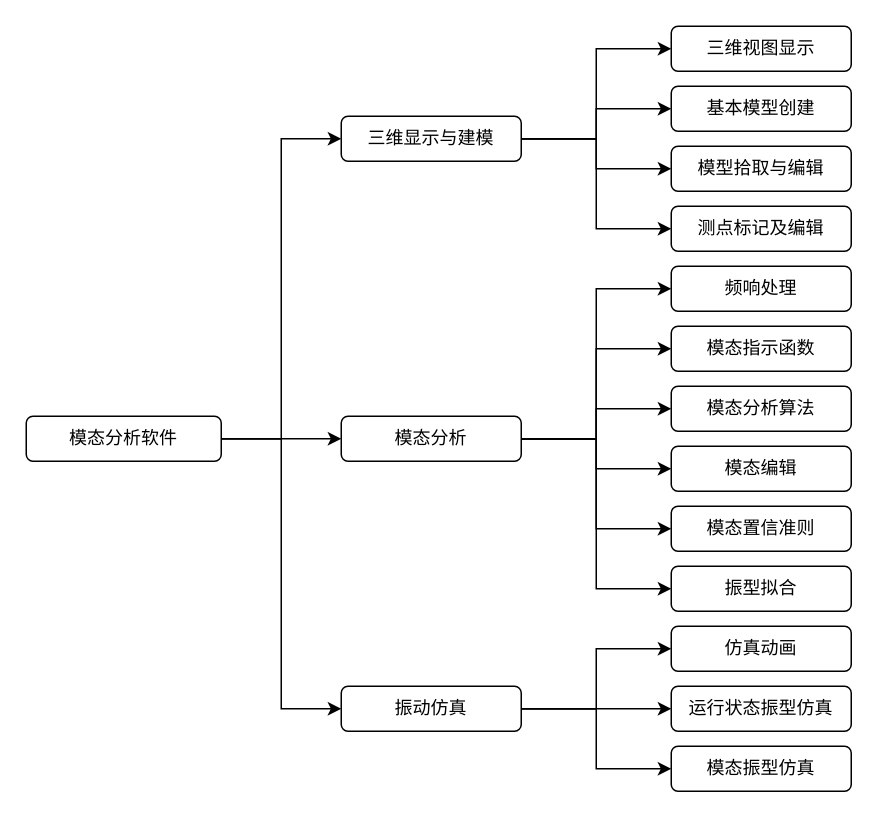
Before: graphs/modal-analysis.drawio in zhugy08/drawio, a draw.io diagram. Source tidied: cells renumbered, new cells numbered last; positions are measured from the earlier drawing's top-left corner, leaving out a move shared by most shapes. Both pictures are drawn from the tidied source at 150%, with x=0, y=0 at pixel (26, 26).
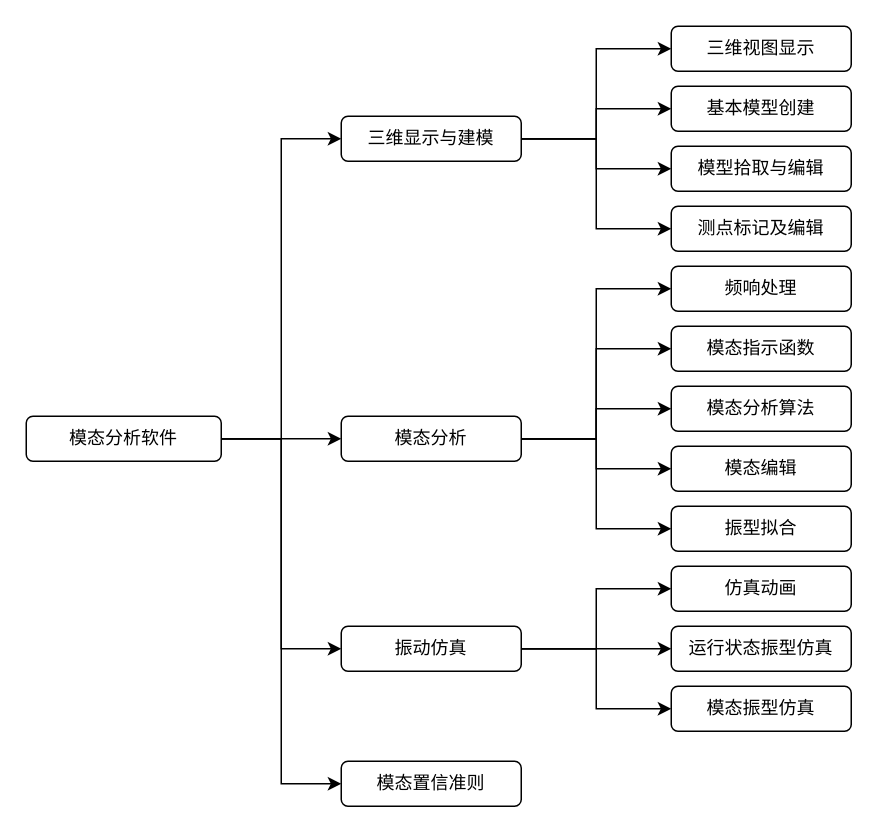
The same page after the edit.

The change refers to these unchanged cells:
```xml
<mxCell id="5" value="模态分析软件" style="rounded=1;whiteSpace=wrap;html=1;fontSize=12;" parent="1" vertex="1">
  <mxGeometry y="260" width="130" height="30" as="geometry" />
</mxCell>
<mxCell id="17" value="模态分析" style="rounded=1;whiteSpace=wrap;html=1;fontSize=12;" parent="1" vertex="1">
  <mxGeometry x="210" y="260" width="120" height="30" as="geometry" />
</mxCell>
```

What changed in the source:
```diff
@@
+    <mxCell id="35" style="edgeStyle=orthogonalEdgeStyle;rounded=0;jettySize=auto;html=1;entryX=0;entryY=0.5;entryDx=0;entryDy=0;fontSize=12;" parent="1" edge="1" source="5" target="28">
+      <mxGeometry relative="1" as="geometry" />
+    </mxCell>
@@
-    <mxCell id="15" style="edgeStyle=orthogonalEdgeStyle;rounded=0;jettySize=auto;html=1;entryX=0;entryY=0.5;entryDx=0;entryDy=0;fontSize=12;" parent="1" edge="1" source="17" target="28">
-      <mxGeometry relative="1" as="geometry" />
-    </mxCell>
@@
     <mxCell id="21" value="振动仿真" style="rounded=1;whiteSpace=wrap;html=1;fontSize=12;" parent="1" vertex="1">
-      <mxGeometry x="210" y="440" width="120" height="30" as="geometry" />
+      <mxGeometry x="210" y="400" width="120" height="30" as="geometry" />
     </mxCell>
@@
     <mxCell id="28" value="模态置信准则" style="rounded=1;whiteSpace=wrap;html=1;fontSize=12;" parent="1" vertex="1">
-      <mxGeometry x="430" y="320" width="120" height="30" as="geometry" />
+      <mxGeometry x="210" y="490" width="120" height="30" as="geometry" />
     </mxCell>
     <mxCell id="29" value="振型拟合" style="rounded=1;whiteSpace=wrap;html=1;fontSize=12;" parent="1" vertex="1">
-      <mxGeometry x="430" y="360" width="120" height="30" as="geometry" />
+      <mxGeometry x="430" y="320" width="120" height="30" as="geometry" />
     </mxCell>
     <mxCell id="30" value="仿真动画" style="rounded=1;whiteSpace=wrap;html=1;fontSize=12;" parent="1" vertex="1">
-      <mxGeometry x="430" y="400" width="120" height="30" as="geometry" />
+      <mxGeometry x="430" y="360" width="120" height="30" as="geometry" />
     </mxCell>
     <mxCell id="31" value="运行状态振型仿真" style="rounded=1;whiteSpace=wrap;html=1;fontSize=12;" parent="1" vertex="1">
-      <mxGeometry x="430" y="440" width="120" height="30" as="geometry" />
+      <mxGeometry x="430" y="400" width="120" height="30" as="geometry" />
     </mxCell>
     <mxCell id="32" value="模态振型仿真" style="rounded=1;whiteSpace=wrap;html=1;fontSize=12;" parent="1" vertex="1">
-      <mxGeometry x="430" y="480" width="120" height="30" as="geometry" />
+      <mxGeometry x="430" y="440" width="120" height="30" as="geometry" />
     </mxCell>
```
